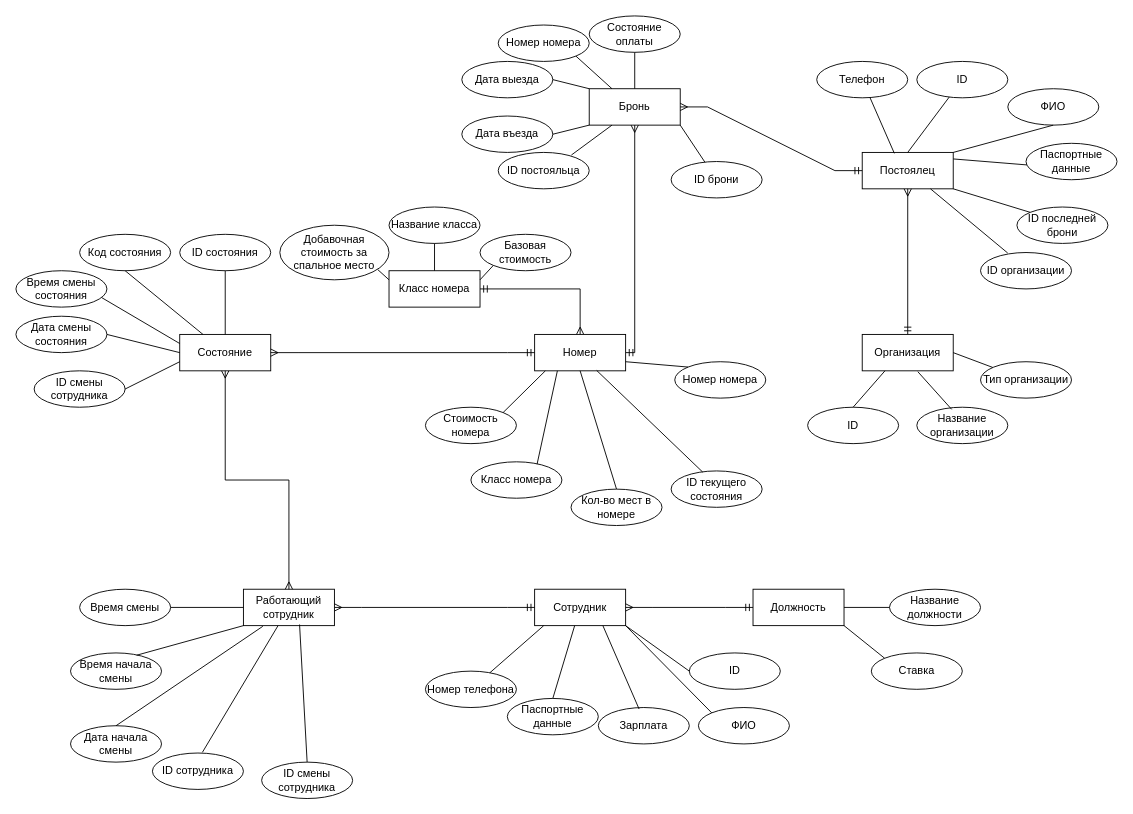
Above: page "ER-диаграмма" (2 of 2) of Kostylev_Hostel.drawio in Haxersociety/DataBase_Hostel (draw.io), before the change. Source tidied: cells renumbered, new cells numbered last; positions are measured from the earlier drawing's top-left corner, leaving out a move shared by most shapes. Both pictures are drawn from the tidied source at 91%, with x=0, y=0 at pixel (15, 15).
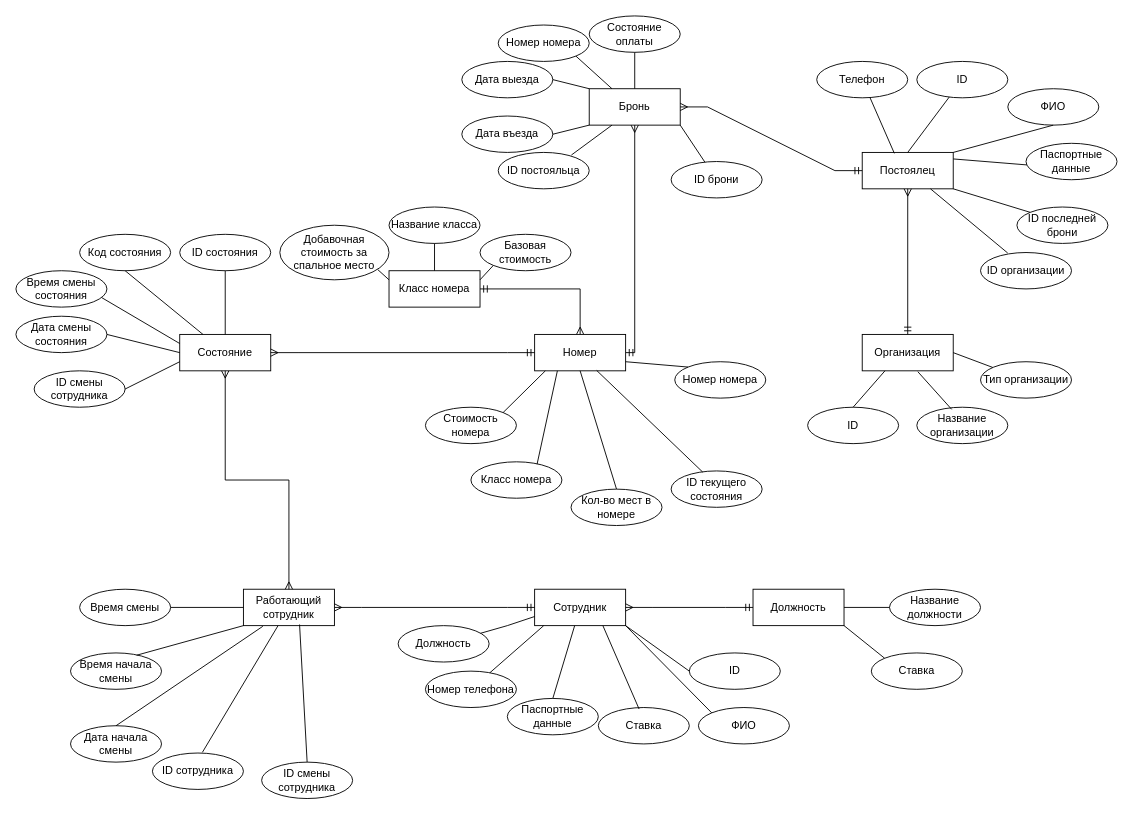
The same page after the edit.

Unchanged cells that the change refers to:
```xml
<mxCell id="50" value="Сотрудник" style="whiteSpace=wrap;html=1;align=center;" parent="1" vertex="1">
  <mxGeometry x="570" y="630" width="100" height="40" as="geometry" />
</mxCell>
```

Diff of the diagram source:
```diff
@@
-    <mxCell id="52" value="Зарплата" style="ellipse;whiteSpace=wrap;html=1;align=center;strokeColor=default;" parent="1" vertex="1">
+    <mxCell id="52" value="Ставка" style="ellipse;whiteSpace=wrap;html=1;align=center;strokeColor=default;" parent="1" vertex="1">
       <mxGeometry x="640" y="760" width="100" height="40" as="geometry" />
     </mxCell>
@@
+    <mxCell id="99" value="Должность" style="ellipse;whiteSpace=wrap;html=1;align=center;strokeColor=default;" parent="1" vertex="1">
+      <mxGeometry x="420" y="670" width="100" height="40" as="geometry" />
+    </mxCell>
+    <mxCell id="100" style="endArrow=none;html=1;rounded=0;entryX=0;entryY=0.75;entryDx=0;entryDy=0;" parent="1" edge="1" source="99" target="50">
+      <mxGeometry relative="1" as="geometry">
+        <Array as="points">
+          <mxPoint x="540" y="670" />
+        </Array>
+      </mxGeometry>
+    </mxCell>
```
